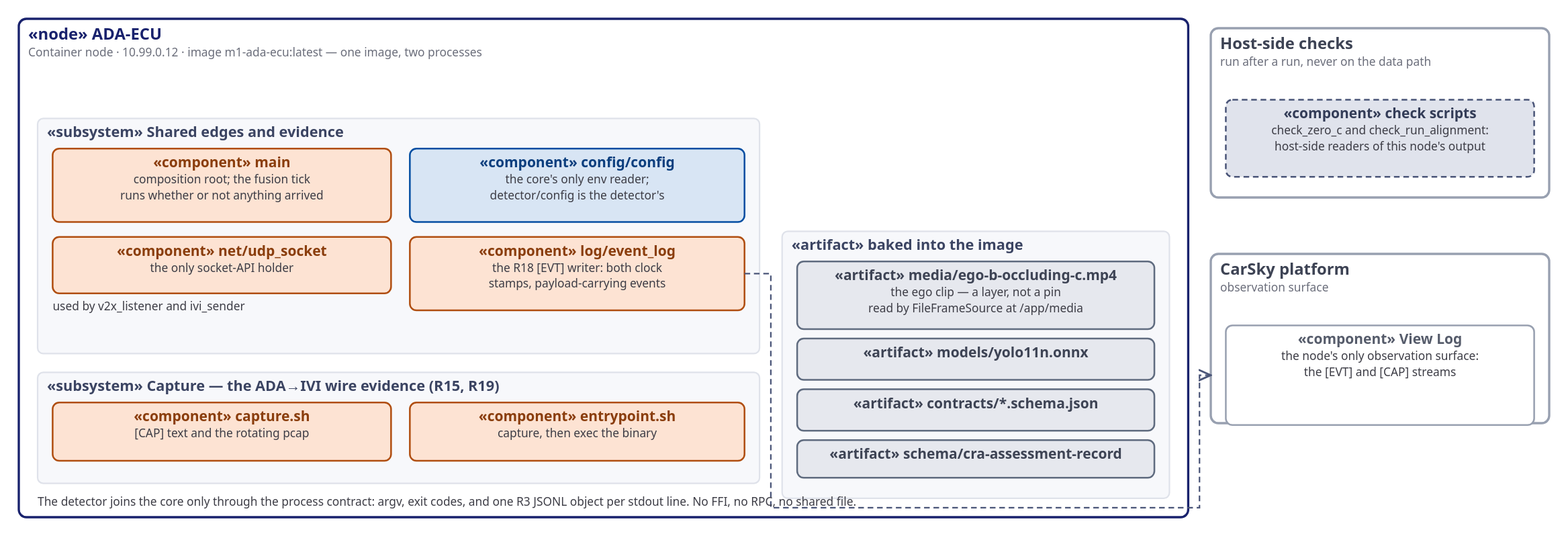
Before: presentation/assets/phase2-4-ada-arch-b.svg, a diagram exported from draw.io (mnpham2101/FPT-Hackathon2026). Source tidied: cells renumbered, new cells last; positions are measured from the earlier drawing's top-left corner, leaving out a move shared by most shapes. The source it was exported from:
```xml
<mxGraphModel>
  <root>
    <mxCell id="0" />
    <mxCell id="1" parent="0" />
    <mxCell id="2" value="«node» ADA-ECU&#10;Container node · 10.99.0.12 · image m1-ada-ecu:latest — one image, two processes" style="rounded=1;arcSize=2;html=1;fillColor=none;strokeColor=#19226D;strokeWidth=2.4;verticalAlign=top;align=left;spacingLeft=10;spacingTop=6;fontSize=17.0;fontStyle=1;fontColor=#19226D;" parent="1" vertex="1">
      <mxGeometry width="1244" height="530" as="geometry" />
    </mxCell>
    <mxCell id="3" value="«subsystem» Shared edges and evidence" style="rounded=1;arcSize=3;html=1;fillColor=#f7f8fb;strokeColor=#dfe2ea;strokeWidth=1.6;verticalAlign=top;align=left;spacingLeft=10;spacingTop=5;fontSize=15.5;fontStyle=1;fontColor=#3B4462;" parent="1" vertex="1">
      <mxGeometry x="20" y="106" width="768" height="250" as="geometry" />
    </mxCell>
    <mxCell id="4" value="«component» main&#10;composition root; the fusion tick&#10;runs whether or not anything arrived" style="rounded=1;arcSize=6;html=1;fillColor=#fde3d3;strokeColor=#B04E10;strokeWidth=1.8;verticalAlign=top;align=center;spacingTop=5;fontSize=15.0;fontStyle=1;fontColor=#8A3D0C;" parent="1" vertex="1">
      <mxGeometry x="36" y="138" width="360" height="78" as="geometry" />
    </mxCell>
    <mxCell id="5" value="«component» net/udp_socket&#10;the only socket-API holder" style="rounded=1;arcSize=6;html=1;fillColor=#fde3d3;strokeColor=#B04E10;strokeWidth=1.8;verticalAlign=top;align=center;spacingTop=5;fontSize=15.0;fontStyle=1;fontColor=#8A3D0C;" parent="1" vertex="1">
      <mxGeometry x="36" y="232" width="360" height="60" as="geometry" />
    </mxCell>
    <mxCell id="6" value="«component» config/config&#10;the core's only env reader;&#10;detector/config is the detector's" style="rounded=1;arcSize=6;html=1;fillColor=#d8e5f4;strokeColor=#034EA2;strokeWidth=1.8;verticalAlign=top;align=center;spacingTop=5;fontSize=15.0;fontStyle=1;fontColor=#0B3E7E;" parent="1" vertex="1">
      <mxGeometry x="416" y="138" width="356" height="78" as="geometry" />
    </mxCell>
    <mxCell id="7" value="«component» log/event_log&#10;the R18 [EVT] writer: both clock&#10;stamps, payload-carrying events" style="rounded=1;arcSize=6;html=1;fillColor=#fde3d3;strokeColor=#B04E10;strokeWidth=1.8;verticalAlign=top;align=center;spacingTop=5;fontSize=15.0;fontStyle=1;fontColor=#8A3D0C;" parent="1" vertex="1">
      <mxGeometry x="416" y="232" width="356" height="78" as="geometry" />
    </mxCell>
    <mxCell id="8" value="«artifact» baked into the image" style="rounded=1;arcSize=3;html=1;fillColor=#f7f8fb;strokeColor=#dfe2ea;strokeWidth=1.6;verticalAlign=top;align=left;spacingLeft=10;spacingTop=5;fontSize=15.5;fontStyle=1;fontColor=#3B4462;" parent="1" vertex="1">
      <mxGeometry x="812" y="226" width="412" height="284" as="geometry" />
    </mxCell>
    <mxCell id="9" value="«artifact» media/ego-b-occluding-c.mp4&#10;the ego clip — a layer, not a pin&#10;read by FileFrameSource at /app/media" style="rounded=1;arcSize=6;html=1;fillColor=#e6e8ee;strokeColor=#5F6B7F;strokeWidth=1.8;verticalAlign=top;align=center;spacingTop=5;fontSize=15.0;fontStyle=1;fontColor=#3d4354;" parent="1" vertex="1">
      <mxGeometry x="828" y="258" width="380" height="72" as="geometry" />
    </mxCell>
    <mxCell id="10" value="«artifact» models/yolo11n.onnx" style="rounded=1;arcSize=6;html=1;fillColor=#e6e8ee;strokeColor=#5F6B7F;strokeWidth=1.8;verticalAlign=top;align=center;spacingTop=5;fontSize=15.0;fontStyle=1;fontColor=#3d4354;" parent="1" vertex="1">
      <mxGeometry x="828" y="340" width="380" height="44" as="geometry" />
    </mxCell>
    <mxCell id="11" value="«artifact» contracts/*.schema.json" style="rounded=1;arcSize=6;html=1;fillColor=#e6e8ee;strokeColor=#5F6B7F;strokeWidth=1.8;verticalAlign=top;align=center;spacingTop=5;fontSize=15.0;fontStyle=1;fontColor=#3d4354;" parent="1" vertex="1">
      <mxGeometry x="828" y="394" width="380" height="44" as="geometry" />
    </mxCell>
    <mxCell id="12" value="«artifact» schema/cra-assessment-record" style="rounded=1;arcSize=6;html=1;fillColor=#e6e8ee;strokeColor=#5F6B7F;strokeWidth=1.8;verticalAlign=top;align=center;spacingTop=5;fontSize=15.0;fontStyle=1;fontColor=#3d4354;" parent="1" vertex="1">
      <mxGeometry x="828" y="448" width="380" height="40" as="geometry" />
    </mxCell>
    <mxCell id="13" value="«subsystem» Capture — the ADA→IVI wire evidence (R15, R19)" style="rounded=1;arcSize=3;html=1;fillColor=#f7f8fb;strokeColor=#dfe2ea;strokeWidth=1.6;verticalAlign=top;align=left;spacingLeft=10;spacingTop=5;fontSize=15.5;fontStyle=1;fontColor=#3B4462;" parent="1" vertex="1">
      <mxGeometry x="20" y="376" width="768" height="118" as="geometry" />
    </mxCell>
    <mxCell id="14" value="«component» capture.sh&#10;[CAP] text and the rotating pcap" style="rounded=1;arcSize=6;html=1;fillColor=#fde3d3;strokeColor=#B04E10;strokeWidth=1.8;verticalAlign=top;align=center;spacingTop=5;fontSize=15.0;fontStyle=1;fontColor=#8A3D0C;" parent="1" vertex="1">
      <mxGeometry x="36" y="408" width="360" height="62" as="geometry" />
    </mxCell>
    <mxCell id="15" value="«component» entrypoint.sh&#10;capture, then exec the binary" style="rounded=1;arcSize=6;html=1;fillColor=#fde3d3;strokeColor=#B04E10;strokeWidth=1.8;verticalAlign=top;align=center;spacingTop=5;fontSize=15.0;fontStyle=1;fontColor=#8A3D0C;" parent="1" vertex="1">
      <mxGeometry x="416" y="408" width="356" height="62" as="geometry" />
    </mxCell>
    <mxCell id="16" value="«component» check scripts&#10;check_zero_c and check_run_alignment:&#10;host-side readers of this node's output" style="rounded=1;arcSize=6;html=1;fillColor=#e0e3ec;strokeColor=#4A5578;strokeWidth=1.8;dashed=1;dashPattern=6 4;verticalAlign=top;align=center;spacingTop=5;fontSize=15.0;fontStyle=1;fontColor=#333C57;" parent="1" vertex="1">
      <mxGeometry x="1284" y="86" width="328" height="82" as="geometry" />
    </mxCell>
    <mxCell id="17" value="Host-side checks&#10;run after a run, never on the data path" style="rounded=1;arcSize=2;html=1;fillColor=none;strokeColor=#98a0b0;strokeWidth=2.4;verticalAlign=top;align=left;spacingLeft=10;spacingTop=6;fontSize=17.0;fontStyle=1;fontColor=#3d4354;" parent="1" vertex="1">
      <mxGeometry x="1268" y="10" width="360" height="180" as="geometry" />
    </mxCell>
    <mxCell id="18" value="CarSky platform&#10;observation surface" style="rounded=1;arcSize=2;html=1;fillColor=none;strokeColor=#98a0b0;strokeWidth=2.4;verticalAlign=top;align=left;spacingLeft=10;spacingTop=6;fontSize=17.0;fontStyle=1;fontColor=#3d4354;" parent="1" vertex="1">
      <mxGeometry x="1268" y="250" width="360" height="180" as="geometry" />
    </mxCell>
    <mxCell id="19" value="«component» View Log&#10;the node's only observation surface:&#10;the [EVT] and [CAP] streams" style="rounded=1;arcSize=6;html=1;fillColor=#ffffff;strokeColor=#98a0b0;strokeWidth=1.8;verticalAlign=top;align=center;spacingTop=5;fontSize=15.0;fontStyle=1;fontColor=#565C6B;" parent="1" vertex="1">
      <mxGeometry x="1284" y="326" width="328" height="106" as="geometry" />
    </mxCell>
    <mxCell id="20" style="edgeStyle=orthogonalEdgeStyle;rounded=0;html=1;dashed=1;endArrow=open;endFill=0;strokeColor=#4A5578;strokeWidth=1.6;fontSize=13.0;fontColor=#6b6e7b;" parent="1" edge="1">
      <mxGeometry relative="1" as="geometry">
        <mxPoint x="772" y="271" as="sourcePoint" />
        <mxPoint x="1268" y="379" as="targetPoint" />
        <Array as="points">
          <mxPoint x="800" y="271" />
          <mxPoint x="800" y="520" />
          <mxPoint x="1256" y="520" />
          <mxPoint x="1256" y="379" />
        </Array>
      </mxGeometry>
    </mxCell>
    <mxCell id="21" value="used by v2x_listener and ivi_sender" style="text;html=1;align=left;verticalAlign=middle;fontSize=12.4;fontColor=#3d3d46;" parent="1" vertex="1">
      <mxGeometry x="36" y="298" width="238" height="16" as="geometry" />
    </mxCell>
    <mxCell id="22" value="The detector joins the core only through the process contract: argv, exit codes, and one R3 JSONL object per stdout line. No FFI, no RPC, no shared file." style="text;html=1;align=left;verticalAlign=middle;fontSize=12.4;fontColor=#3d3d46;" parent="1" vertex="1">
      <mxGeometry x="20" y="506" width="1006" height="16" as="geometry" />
    </mxCell>
  </root>
</mxGraphModel>
```
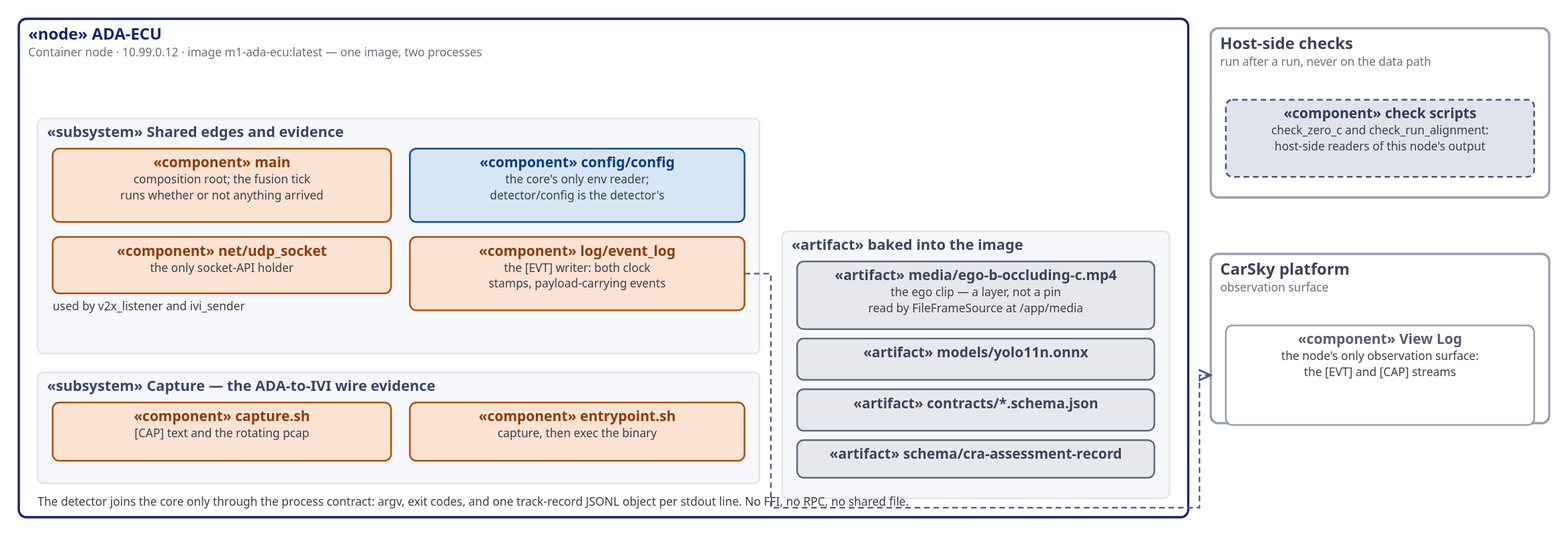
After the change.

Diff of the diagram source:
```diff
@@ -17,7 +17,7 @@
     <mxCell id="6" value="«component» config/config&#10;the core's only env reader;&#10;detector/config is the detector's" style="rounded=1;arcSize=6;html=1;fillColor=#d8e5f4;strokeColor=#034EA2;strokeWidth=1.8;verticalAlign=top;align=center;spacingTop=5;fontSize=15.0;fontStyle=1;fontColor=#0B3E7E;" parent="1" vertex="1">
       <mxGeometry x="416" y="138" width="356" height="78" as="geometry" />
     </mxCell>
-    <mxCell id="7" value="«component» log/event_log&#10;the R18 [EVT] writer: both clock&#10;stamps, payload-carrying events" style="rounded=1;arcSize=6;html=1;fillColor=#fde3d3;strokeColor=#B04E10;strokeWidth=1.8;verticalAlign=top;align=center;spacingTop=5;fontSize=15.0;fontStyle=1;fontColor=#8A3D0C;" parent="1" vertex="1">
+    <mxCell id="7" value="«component» log/event_log&#10;the [EVT] writer: both clock&#10;stamps, payload-carrying events" style="rounded=1;arcSize=6;html=1;fillColor=#fde3d3;strokeColor=#B04E10;strokeWidth=1.8;verticalAlign=top;align=center;spacingTop=5;fontSize=15.0;fontStyle=1;fontColor=#8A3D0C;" parent="1" vertex="1">
       <mxGeometry x="416" y="232" width="356" height="78" as="geometry" />
     </mxCell>
     <mxCell id="8" value="«artifact» baked into the image" style="rounded=1;arcSize=3;html=1;fillColor=#f7f8fb;strokeColor=#dfe2ea;strokeWidth=1.6;verticalAlign=top;align=left;spacingLeft=10;spacingTop=5;fontSize=15.5;fontStyle=1;fontColor=#3B4462;" parent="1" vertex="1">
@@ -35,7 +35,7 @@
     <mxCell id="12" value="«artifact» schema/cra-assessment-record" style="rounded=1;arcSize=6;html=1;fillColor=#e6e8ee;strokeColor=#5F6B7F;strokeWidth=1.8;verticalAlign=top;align=center;spacingTop=5;fontSize=15.0;fontStyle=1;fontColor=#3d4354;" parent="1" vertex="1">
       <mxGeometry x="828" y="448" width="380" height="40" as="geometry" />
     </mxCell>
-    <mxCell id="13" value="«subsystem» Capture — the ADA→IVI wire evidence (R15, R19)" style="rounded=1;arcSize=3;html=1;fillColor=#f7f8fb;strokeColor=#dfe2ea;strokeWidth=1.6;verticalAlign=top;align=left;spacingLeft=10;spacingTop=5;fontSize=15.5;fontStyle=1;fontColor=#3B4462;" parent="1" vertex="1">
+    <mxCell id="13" value="«subsystem» Capture — the ADA-to-IVI wire evidence" style="rounded=1;arcSize=3;html=1;fillColor=#f7f8fb;strokeColor=#dfe2ea;strokeWidth=1.6;verticalAlign=top;align=left;spacingLeft=10;spacingTop=5;fontSize=15.5;fontStyle=1;fontColor=#3B4462;" parent="1" vertex="1">
       <mxGeometry x="20" y="376" width="768" height="118" as="geometry" />
     </mxCell>
     <mxCell id="14" value="«component» capture.sh&#10;[CAP] text and the rotating pcap" style="rounded=1;arcSize=6;html=1;fillColor=#fde3d3;strokeColor=#B04E10;strokeWidth=1.8;verticalAlign=top;align=center;spacingTop=5;fontSize=15.0;fontStyle=1;fontColor=#8A3D0C;" parent="1" vertex="1">
@@ -71,7 +71,7 @@
     <mxCell id="21" value="used by v2x_listener and ivi_sender" style="text;html=1;align=left;verticalAlign=middle;fontSize=12.4;fontColor=#3d3d46;" parent="1" vertex="1">
       <mxGeometry x="36" y="298" width="238" height="16" as="geometry" />
     </mxCell>
-    <mxCell id="22" value="The detector joins the core only through the process contract: argv, exit codes, and one R3 JSONL object per stdout line. No FFI, no RPC, no shared file." style="text;html=1;align=left;verticalAlign=middle;fontSize=12.4;fontColor=#3d3d46;" parent="1" vertex="1">
+    <mxCell id="22" value="The detector joins the core only through the process contract: argv, exit codes, and one track-record JSONL object per stdout line. No FFI, no RPC, no shared file." style="text;html=1;align=left;verticalAlign=middle;fontSize=12.4;fontColor=#3d3d46;" parent="1" vertex="1">
       <mxGeometry x="20" y="506" width="1006" height="16" as="geometry" />
     </mxCell>
   </root>
```
